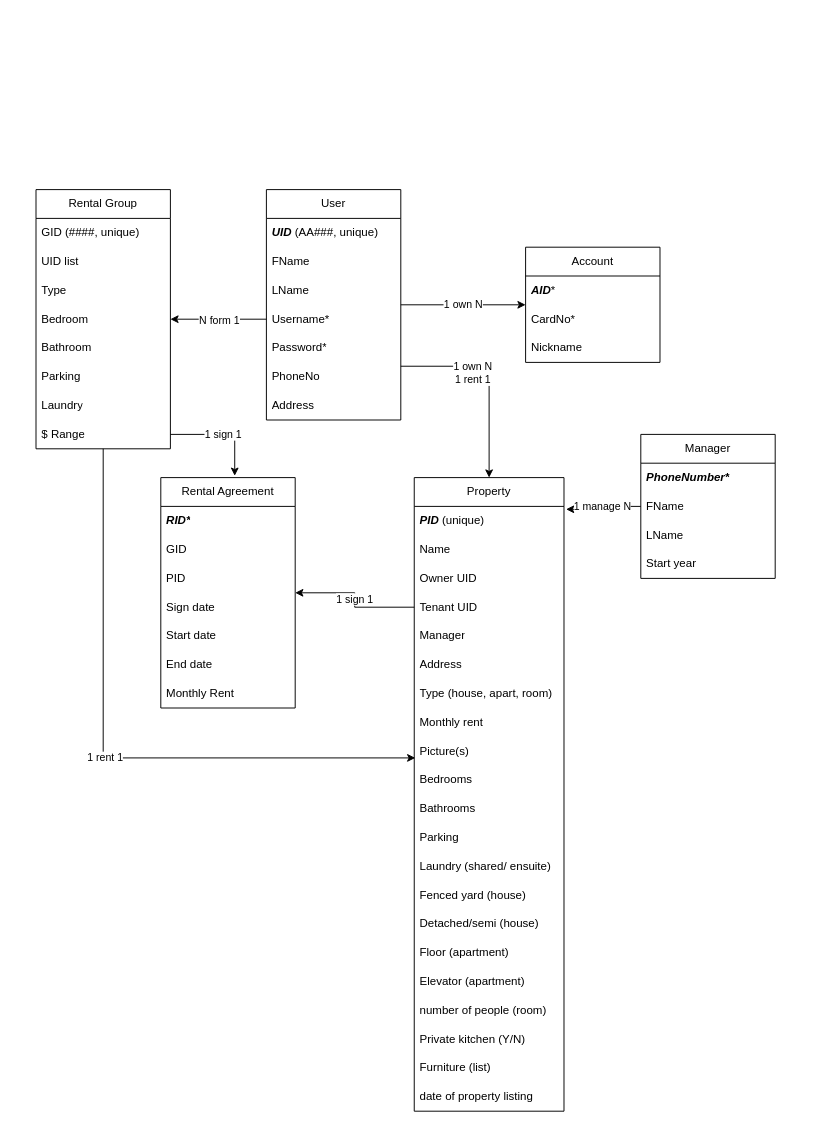
Earlier version of the draw.io diagram ER diagram.drawio (sean-y-liang/City-Housing-Platform). Source tidied: cells renumbered, new cells numbered last; positions are measured from the earlier drawing's top-left corner, leaving out a move shared by most shapes. Both pictures are drawn from the tidied source at 96%, with x=0, y=0 at pixel (36, 189).
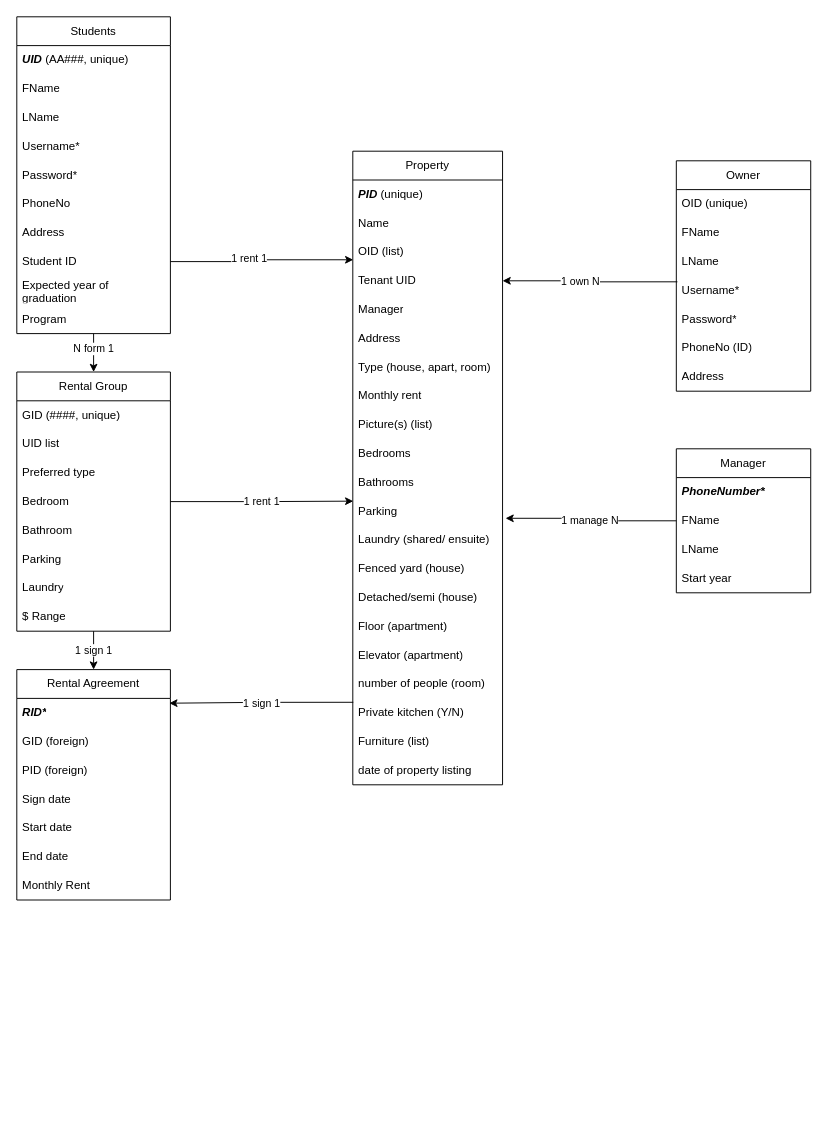
The same diagram, later.

Unchanged cells that the change refers to:
```xml
<mxCell id="18" value="&lt;b&gt;&lt;i&gt;PID&lt;/i&gt;&lt;/b&gt; (unique)" style="text;strokeColor=none;fillColor=none;align=left;verticalAlign=middle;spacingLeft=4;spacingRight=4;overflow=hidden;points=[[0,0.5],[1,0.5]];portConstraint=eastwest;whiteSpace=wrap;html=1;" parent="17" vertex="1">
  <mxGeometry y="30" width="156" height="30" as="geometry" />
</mxCell>
<mxCell id="21" value="Tenant UID" style="text;strokeColor=none;fillColor=none;align=left;verticalAlign=middle;spacingLeft=4;spacingRight=4;overflow=hidden;points=[[0,0.5],[1,0.5]];portConstraint=eastwest;whiteSpace=wrap;html=1;" parent="17" vertex="1">
  <mxGeometry y="120" width="156" height="30" as="geometry" />
</mxCell>
<mxCell id="29" value="Parking" style="text;strokeColor=none;fillColor=none;align=left;verticalAlign=middle;spacingLeft=4;spacingRight=4;overflow=hidden;points=[[0,0.5],[1,0.5]];portConstraint=eastwest;whiteSpace=wrap;html=1;" parent="17" vertex="1">
  <mxGeometry y="360" width="156" height="30" as="geometry" />
</mxCell>
<mxCell id="35" value="number of people (room)" style="text;strokeColor=none;fillColor=none;align=left;verticalAlign=middle;spacingLeft=4;spacingRight=4;overflow=hidden;points=[[0,0.5],[1,0.5]];portConstraint=eastwest;whiteSpace=wrap;html=1;" parent="17" vertex="1">
  <mxGeometry y="540" width="156" height="30" as="geometry" />
</mxCell>
<mxCell id="53" value="FName" style="text;strokeColor=none;fillColor=none;align=left;verticalAlign=middle;spacingLeft=4;spacingRight=4;overflow=hidden;points=[[0,0.5],[1,0.5]];portConstraint=eastwest;whiteSpace=wrap;html=1;" parent="51" vertex="1">
  <mxGeometry y="60" width="140" height="30" as="geometry" />
</mxCell>
```

Diff of the diagram source:
```diff
@@
-    <mxCell id="2" value="1 own N" style="edgeStyle=orthogonalEdgeStyle;rounded=0;jettySize=auto;html=1;entryX=0;entryY=0.5;entryDx=0;entryDy=0;" parent="1" edge="1" source="5" target="13">
-      <mxGeometry relative="1" as="geometry" />
-    </mxCell>
-    <mxCell id="3" style="edgeStyle=orthogonalEdgeStyle;rounded=0;jettySize=auto;html=1;entryX=0.5;entryY=0;entryDx=0;entryDy=0;exitX=1;exitY=0.133;exitDx=0;exitDy=0;exitPerimeter=0;" parent="1" edge="1" source="11" target="17">
+    <mxCell id="3" style="edgeStyle=orthogonalEdgeStyle;rounded=0;jettySize=auto;html=1;entryX=0.003;entryY=0.77;entryDx=0;entryDy=0;exitX=1;exitY=0.5;exitDx=0;exitDy=0;entryPerimeter=0;" parent="1" edge="1" source="68" target="20">
       <mxGeometry relative="1" as="geometry" />
     </mxCell>
-    <mxCell id="4" value="1 own N&lt;br&gt;1 rent 1" style="edgeLabel;html=1;align=center;verticalAlign=middle;" parent="3" vertex="1">
+    <mxCell id="4" value="1 rent 1" style="edgeLabel;html=1;align=center;verticalAlign=middle;" parent="3" vertex="1">
       <mxGeometry x="-0.28" y="1" relative="1" as="geometry">
-        <mxPoint x="-1" y="8" as="offset" />
+        <mxPoint x="12" y="-3" as="offset" />
       </mxGeometry>
     </mxCell>
+    <mxCell id="67" style="edgeStyle=orthogonalEdgeStyle;rounded=0;jettySize=auto;html=1;entryX=0.5;entryY=0;entryDx=0;entryDy=0;" parent="1" edge="1" source="5" target="39">
+      <mxGeometry relative="1" as="geometry" />
+    </mxCell>
+    <mxCell id="49" value="N form 1" style="edgeLabel;html=1;align=center;verticalAlign=middle;" parent="67" vertex="1">
+      <mxGeometry x="-0.24" y="-1" relative="1" as="geometry" />
+    </mxCell>
-    <mxCell id="5" value="User" style="swimlane;fontStyle=0;horizontal=1;startSize=30;whiteSpace=wrap;html=1;" parent="1" vertex="1">
-      <mxGeometry x="240" width="140" height="240" as="geometry" />
+    <mxCell id="5" value="Students" style="swimlane;fontStyle=0;horizontal=1;startSize=30;whiteSpace=wrap;html=1;" parent="1" vertex="1">
+      <mxGeometry x="-20" y="-180" width="160" height="330" as="geometry" />
     </mxCell>
     <mxCell id="6" value="&lt;i&gt;&lt;b&gt;UID&lt;/b&gt;&lt;/i&gt; (AA###, unique)" style="text;strokeColor=none;fillColor=none;align=left;verticalAlign=middle;spacingLeft=4;spacingRight=4;overflow=hidden;whiteSpace=wrap;html=1;" parent="5" vertex="1">
-      <mxGeometry y="30" width="140" height="30" as="geometry" />
+      <mxGeometry y="30" width="160" height="30" as="geometry" />
     </mxCell>
     <mxCell id="7" value="FName" style="text;strokeColor=none;fillColor=none;align=left;verticalAlign=middle;spacingLeft=4;spacingRight=4;overflow=hidden;whiteSpace=wrap;html=1;" parent="5" vertex="1">
-      <mxGeometry y="60" width="140" height="30" as="geometry" />
+      <mxGeometry y="60" width="160" height="30" as="geometry" />
     </mxCell>
     <mxCell id="8" value="LName" style="text;strokeColor=none;fillColor=none;align=left;verticalAlign=middle;spacingLeft=4;spacingRight=4;overflow=hidden;whiteSpace=wrap;html=1;" parent="5" vertex="1">
-      <mxGeometry y="90" width="140" height="30" as="geometry" />
+      <mxGeometry y="90" width="160" height="30" as="geometry" />
     </mxCell>
     <mxCell id="9" value="Username*" style="text;strokeColor=none;fillColor=none;align=left;verticalAlign=middle;spacingLeft=4;spacingRight=4;overflow=hidden;points=[[0,0.5],[1,0.5]];portConstraint=eastwest;whiteSpace=wrap;html=1;" parent="5" vertex="1">
-      <mxGeometry y="120" width="140" height="30" as="geometry" />
+      <mxGeometry y="120" width="160" height="30" as="geometry" />
     </mxCell>
     <mxCell id="10" value="Password*" style="text;strokeColor=none;fillColor=none;align=left;verticalAlign=middle;spacingLeft=4;spacingRight=4;overflow=hidden;whiteSpace=wrap;html=1;" parent="5" vertex="1">
-      <mxGeometry y="150" width="140" height="30" as="geometry" />
+      <mxGeometry y="150" width="160" height="30" as="geometry" />
     </mxCell>
     <mxCell id="11" value="&lt;div&gt;PhoneNo&lt;/div&gt;" style="text;strokeColor=none;fillColor=none;align=left;verticalAlign=middle;spacingLeft=4;spacingRight=4;overflow=hidden;points=[[0,0.5],[1,0.5]];portConstraint=eastwest;whiteSpace=wrap;html=1;" parent="5" vertex="1">
-      <mxGeometry y="180" width="140" height="30" as="geometry" />
+      <mxGeometry y="180" width="160" height="30" as="geometry" />
     </mxCell>
     <mxCell id="12" value="Address" style="text;strokeColor=none;fillColor=none;align=left;verticalAlign=middle;spacingLeft=4;spacingRight=4;overflow=hidden;whiteSpace=wrap;html=1;" parent="5" vertex="1">
-      <mxGeometry y="210" width="140" height="30" as="geometry" />
+      <mxGeometry y="210" width="160" height="30" as="geometry" />
     </mxCell>
-    <mxCell id="13" value="Account" style="swimlane;fontStyle=0;horizontal=1;startSize=30;whiteSpace=wrap;html=1;" parent="1" vertex="1">
-      <mxGeometry x="510" y="60" width="140" height="120" as="geometry" />
-    </mxCell>
-    <mxCell id="14" value="&lt;b&gt;&lt;i&gt;AID&lt;/i&gt;&lt;/b&gt;*" style="text;strokeColor=none;fillColor=none;align=left;verticalAlign=middle;spacingLeft=4;spacingRight=4;overflow=hidden;whiteSpace=wrap;html=1;" parent="13" vertex="1">
-      <mxGeometry y="30" width="140" height="30" as="geometry" />
-    </mxCell>
-    <mxCell id="15" value="CardNo*" style="text;strokeColor=none;fillColor=none;align=left;verticalAlign=middle;spacingLeft=4;spacingRight=4;overflow=hidden;whiteSpace=wrap;html=1;" parent="13" vertex="1">
-      <mxGeometry y="60" width="140" height="30" as="geometry" />
-    </mxCell>
-    <mxCell id="16" value="Nickname" style="text;strokeColor=none;fillColor=none;align=left;verticalAlign=middle;spacingLeft=4;spacingRight=4;overflow=hidden;whiteSpace=wrap;html=1;" parent="13" vertex="1">
-      <mxGeometry y="90" width="140" height="30" as="geometry" />
-    </mxCell>
+    <mxCell id="68" value="Student ID" style="text;strokeColor=none;fillColor=none;align=left;verticalAlign=middle;spacingLeft=4;spacingRight=4;overflow=hidden;points=[[0,0.5],[1,0.5]];portConstraint=eastwest;whiteSpace=wrap;html=1;" parent="5" vertex="1">
+      <mxGeometry y="240" width="160" height="30" as="geometry" />
+    </mxCell>
+    <mxCell id="69" value="Expected year of graduation" style="text;strokeColor=none;fillColor=none;align=left;verticalAlign=middle;spacingLeft=4;spacingRight=4;overflow=hidden;whiteSpace=wrap;html=1;" parent="5" vertex="1">
+      <mxGeometry y="270" width="160" height="30" as="geometry" />
+    </mxCell>
+    <mxCell id="70" value="Program" style="text;strokeColor=none;fillColor=none;align=left;verticalAlign=middle;spacingLeft=4;spacingRight=4;overflow=hidden;whiteSpace=wrap;html=1;" parent="5" vertex="1">
+      <mxGeometry y="300" width="160" height="30" as="geometry" />
+    </mxCell>
     <mxCell id="17" value="Property" style="swimlane;fontStyle=0;horizontal=1;startSize=30;whiteSpace=wrap;html=1;" parent="1" vertex="1">
-      <mxGeometry x="394" y="300" width="156" height="660" as="geometry" />
+      <mxGeometry x="330" y="-40" width="156" height="660" as="geometry" />
     </mxCell>
@@
-    <mxCell id="20" value="Owner UID" style="text;strokeColor=none;fillColor=none;align=left;verticalAlign=middle;spacingLeft=4;spacingRight=4;overflow=hidden;points=[[0,0.5],[1,0.5]];portConstraint=eastwest;whiteSpace=wrap;html=1;" parent="17" vertex="1">
+    <mxCell id="20" value="OID (list)" style="text;strokeColor=none;fillColor=none;align=left;verticalAlign=middle;spacingLeft=4;spacingRight=4;overflow=hidden;points=[[0,0.5],[1,0.5]];portConstraint=eastwest;whiteSpace=wrap;html=1;" parent="17" vertex="1">
       <mxGeometry y="90" width="156" height="30" as="geometry" />
     </mxCell>
@@
-    <mxCell id="26" value="Picture(s)" style="text;strokeColor=none;fillColor=none;align=left;verticalAlign=middle;spacingLeft=4;spacingRight=4;overflow=hidden;points=[[0,0.5],[1,0.5]];portConstraint=eastwest;whiteSpace=wrap;html=1;" parent="17" vertex="1">
+    <mxCell id="26" value="Picture(s) (list)" style="text;strokeColor=none;fillColor=none;align=left;verticalAlign=middle;spacingLeft=4;spacingRight=4;overflow=hidden;points=[[0,0.5],[1,0.5]];portConstraint=eastwest;whiteSpace=wrap;html=1;" parent="17" vertex="1">
       <mxGeometry y="270" width="156" height="30" as="geometry" />
     </mxCell>
@@
     <mxCell id="39" value="Rental Group" style="swimlane;fontStyle=0;horizontal=1;startSize=30;whiteSpace=wrap;html=1;" parent="1" vertex="1">
-      <mxGeometry width="140" height="270" as="geometry" />
+      <mxGeometry x="-20" y="190" width="160" height="270" as="geometry" />
     </mxCell>
     <mxCell id="40" value="GID (####, unique)" style="text;strokeColor=none;fillColor=none;align=left;verticalAlign=middle;spacingLeft=4;spacingRight=4;overflow=hidden;whiteSpace=wrap;html=1;" parent="39" vertex="1">
-      <mxGeometry y="30" width="140" height="30" as="geometry" />
+      <mxGeometry y="30" width="160" height="30" as="geometry" />
     </mxCell>
     <mxCell id="41" value="UID list" style="text;strokeColor=none;fillColor=none;align=left;verticalAlign=middle;spacingLeft=4;spacingRight=4;overflow=hidden;whiteSpace=wrap;html=1;" parent="39" vertex="1">
-      <mxGeometry y="60" width="140" height="30" as="geometry" />
+      <mxGeometry y="60" width="160" height="30" as="geometry" />
     </mxCell>
-    <mxCell id="42" value="Type" style="text;strokeColor=none;fillColor=none;align=left;verticalAlign=middle;spacingLeft=4;spacingRight=4;overflow=hidden;whiteSpace=wrap;html=1;" parent="39" vertex="1">
-      <mxGeometry y="90" width="140" height="30" as="geometry" />
+    <mxCell id="42" value="Preferred type" style="text;strokeColor=none;fillColor=none;align=left;verticalAlign=middle;spacingLeft=4;spacingRight=4;overflow=hidden;whiteSpace=wrap;html=1;" parent="39" vertex="1">
+      <mxGeometry y="90" width="160" height="30" as="geometry" />
     </mxCell>
     <mxCell id="43" value="Bedroom" style="text;strokeColor=none;fillColor=none;align=left;verticalAlign=middle;spacingLeft=4;spacingRight=4;overflow=hidden;points=[[0,0.5],[1,0.5]];portConstraint=eastwest;whiteSpace=wrap;html=1;" parent="39" vertex="1">
-      <mxGeometry y="120" width="140" height="30" as="geometry" />
+      <mxGeometry y="120" width="160" height="30" as="geometry" />
     </mxCell>
     <mxCell id="44" value="Bathroom" style="text;strokeColor=none;fillColor=none;align=left;verticalAlign=middle;spacingLeft=4;spacingRight=4;overflow=hidden;whiteSpace=wrap;html=1;" parent="39" vertex="1">
-      <mxGeometry y="150" width="140" height="30" as="geometry" />
+      <mxGeometry y="150" width="160" height="30" as="geometry" />
     </mxCell>
     <mxCell id="45" value="Parking" style="text;strokeColor=none;fillColor=none;align=left;verticalAlign=middle;spacingLeft=4;spacingRight=4;overflow=hidden;whiteSpace=wrap;html=1;" parent="39" vertex="1">
-      <mxGeometry y="180" width="140" height="30" as="geometry" />
+      <mxGeometry y="180" width="160" height="30" as="geometry" />
     </mxCell>
     <mxCell id="46" value="Laundry" style="text;strokeColor=none;fillColor=none;align=left;verticalAlign=middle;spacingLeft=4;spacingRight=4;overflow=hidden;whiteSpace=wrap;html=1;" parent="39" vertex="1">
-      <mxGeometry y="210" width="140" height="30" as="geometry" />
+      <mxGeometry y="210" width="160" height="30" as="geometry" />
     </mxCell>
     <mxCell id="47" value="$ Range" style="text;strokeColor=none;fillColor=none;align=left;verticalAlign=middle;spacingLeft=4;spacingRight=4;overflow=hidden;points=[[0,0.5],[1,0.5]];portConstraint=eastwest;whiteSpace=wrap;html=1;" parent="39" vertex="1">
-      <mxGeometry y="240" width="140" height="30" as="geometry" />
+      <mxGeometry y="240" width="160" height="30" as="geometry" />
     </mxCell>
-    <mxCell id="48" style="edgeStyle=orthogonalEdgeStyle;rounded=0;jettySize=auto;html=1;entryX=1;entryY=0.5;entryDx=0;entryDy=0;" parent="1" edge="1" source="9" target="43">
-      <mxGeometry relative="1" as="geometry" />
-    </mxCell>
-    <mxCell id="49" value="N form 1" style="edgeLabel;html=1;align=center;verticalAlign=middle;" parent="48" vertex="1">
-      <mxGeometry x="-0.31" y="1" relative="1" as="geometry">
-        <mxPoint x="-15" y="-1" as="offset" />
-      </mxGeometry>
-    </mxCell>
-    <mxCell id="50" value="1 rent 1" style="edgeStyle=orthogonalEdgeStyle;rounded=0;jettySize=auto;html=1;entryX=0.007;entryY=0.733;entryDx=0;entryDy=0;entryPerimeter=0;" parent="1" edge="1" source="39" target="26">
+    <mxCell id="50" value="1 rent 1" style="edgeStyle=orthogonalEdgeStyle;rounded=0;jettySize=auto;html=1;entryX=0.003;entryY=0.151;entryDx=0;entryDy=0;entryPerimeter=0;" parent="1" edge="1" source="39" target="29">
       <mxGeometry relative="1" as="geometry" />
     </mxCell>
     <mxCell id="51" value="Manager" style="swimlane;fontStyle=0;horizontal=1;startSize=30;whiteSpace=wrap;html=1;" parent="1" vertex="1">
-      <mxGeometry x="630" y="255" width="140" height="150" as="geometry" />
+      <mxGeometry x="667" y="270" width="140" height="150" as="geometry" />
     </mxCell>
@@
-    <mxCell id="56" value="&lt;div&gt;1 manage N&lt;/div&gt;" style="edgeStyle=orthogonalEdgeStyle;rounded=0;jettySize=auto;html=1;entryX=1.014;entryY=0.1;entryDx=0;entryDy=0;entryPerimeter=0;" parent="1" edge="1" source="51" target="18">
+    <mxCell id="56" value="&lt;div&gt;1 manage N&lt;/div&gt;" style="edgeStyle=orthogonalEdgeStyle;rounded=0;jettySize=auto;html=1;entryX=1.02;entryY=0.746;entryDx=0;entryDy=0;exitX=0;exitY=0.5;exitDx=0;exitDy=0;entryPerimeter=0;" parent="1" edge="1" source="53" target="29">
       <mxGeometry relative="1" as="geometry" />
     </mxCell>
     <mxCell id="57" value="Rental Agreement" style="swimlane;fontStyle=0;horizontal=1;startSize=30;whiteSpace=wrap;html=1;" parent="1" vertex="1">
-      <mxGeometry x="130" y="300" width="140" height="240" as="geometry" />
+      <mxGeometry x="-20" y="500" width="160" height="240" as="geometry" />
     </mxCell>
     <mxCell id="58" value="&lt;b&gt;&lt;i&gt;RID*&lt;/i&gt;&lt;/b&gt;" style="text;strokeColor=none;fillColor=none;align=left;verticalAlign=middle;spacingLeft=4;spacingRight=4;overflow=hidden;points=[[0,0.5],[1,0.5]];portConstraint=eastwest;whiteSpace=wrap;html=1;" parent="57" vertex="1">
-      <mxGeometry y="30" width="140" height="30" as="geometry" />
+      <mxGeometry y="30" width="160" height="30" as="geometry" />
     </mxCell>
-    <mxCell id="59" value="GID" style="text;strokeColor=none;fillColor=none;align=left;verticalAlign=middle;spacingLeft=4;spacingRight=4;overflow=hidden;whiteSpace=wrap;html=1;" parent="57" vertex="1">
-      <mxGeometry y="60" width="140" height="30" as="geometry" />
+    <mxCell id="59" value="GID (foreign)" style="text;strokeColor=none;fillColor=none;align=left;verticalAlign=middle;spacingLeft=4;spacingRight=4;overflow=hidden;whiteSpace=wrap;html=1;" parent="57" vertex="1">
+      <mxGeometry y="60" width="160" height="30" as="geometry" />
     </mxCell>
-    <mxCell id="60" value="PID" style="text;strokeColor=none;fillColor=none;align=left;verticalAlign=middle;spacingLeft=4;spacingRight=4;overflow=hidden;whiteSpace=wrap;html=1;" parent="57" vertex="1">
-      <mxGeometry y="90" width="140" height="30" as="geometry" />
+    <mxCell id="60" value="&lt;div&gt;PID (foreign)&lt;/div&gt;" style="text;strokeColor=none;fillColor=none;align=left;verticalAlign=middle;spacingLeft=4;spacingRight=4;overflow=hidden;whiteSpace=wrap;html=1;" parent="57" vertex="1">
+      <mxGeometry y="90" width="160" height="30" as="geometry" />
     </mxCell>
     <mxCell id="61" value="Sign date" style="text;strokeColor=none;fillColor=none;align=left;verticalAlign=middle;spacingLeft=4;spacingRight=4;overflow=hidden;whiteSpace=wrap;html=1;" parent="57" vertex="1">
-      <mxGeometry y="120" width="140" height="30" as="geometry" />
+      <mxGeometry y="120" width="160" height="30" as="geometry" />
     </mxCell>
     <mxCell id="62" value="Start date" style="text;strokeColor=none;fillColor=none;align=left;verticalAlign=middle;spacingLeft=4;spacingRight=4;overflow=hidden;whiteSpace=wrap;html=1;" parent="57" vertex="1">
-      <mxGeometry y="150" width="140" height="30" as="geometry" />
+      <mxGeometry y="150" width="160" height="30" as="geometry" />
     </mxCell>
     <mxCell id="63" value="End date" style="text;strokeColor=none;fillColor=none;align=left;verticalAlign=middle;spacingLeft=4;spacingRight=4;overflow=hidden;whiteSpace=wrap;html=1;" parent="57" vertex="1">
-      <mxGeometry y="180" width="140" height="30" as="geometry" />
+      <mxGeometry y="180" width="160" height="30" as="geometry" />
     </mxCell>
     <mxCell id="64" value="Monthly Rent" style="text;strokeColor=none;fillColor=none;align=left;verticalAlign=middle;spacingLeft=4;spacingRight=4;overflow=hidden;whiteSpace=wrap;html=1;" parent="57" vertex="1">
-      <mxGeometry y="210" width="140" height="30" as="geometry" />
+      <mxGeometry y="210" width="160" height="30" as="geometry" />
     </mxCell>
-    <mxCell id="65" value="1 sign 1" style="edgeStyle=orthogonalEdgeStyle;rounded=0;jettySize=auto;html=1;entryX=0.55;entryY=-0.008;entryDx=0;entryDy=0;entryPerimeter=0;" parent="1" edge="1" source="47" target="57">
+    <mxCell id="65" value="1 sign 1" style="edgeStyle=orthogonalEdgeStyle;rounded=0;jettySize=auto;html=1;entryX=0.5;entryY=0;entryDx=0;entryDy=0;exitX=0.5;exitY=1;exitDx=0;exitDy=0;" parent="1" edge="1" source="39" target="57">
       <mxGeometry relative="1" as="geometry" />
     </mxCell>
-    <mxCell id="66" value="1 sign 1" style="edgeStyle=orthogonalEdgeStyle;rounded=0;jettySize=auto;html=1;entryX=1;entryY=0.5;entryDx=0;entryDy=0;" parent="1" edge="1" source="21" target="57">
+    <mxCell id="66" value="1 sign 1" style="edgeStyle=orthogonalEdgeStyle;rounded=0;jettySize=auto;html=1;entryX=0.993;entryY=0.167;entryDx=0;entryDy=0;exitX=0.003;exitY=1.135;exitDx=0;exitDy=0;exitPerimeter=0;entryPerimeter=0;" parent="1" edge="1" source="35" target="58">
       <mxGeometry relative="1" as="geometry" />
     </mxCell>
+    <mxCell id="71" style="edgeStyle=orthogonalEdgeStyle;rounded=0;jettySize=auto;html=1;entryX=1;entryY=0.5;entryDx=0;entryDy=0;exitX=0.008;exitY=0.202;exitDx=0;exitDy=0;exitPerimeter=0;" parent="1" edge="1" source="76" target="21">
+      <mxGeometry relative="1" as="geometry" />
+    </mxCell>
+    <mxCell id="2" value="1 own N" style="edgeLabel;html=1;align=center;verticalAlign=middle;" parent="71" vertex="1">
+      <mxGeometry x="0.35" y="-3" relative="1" as="geometry">
+        <mxPoint x="21" y="3" as="offset" />
+      </mxGeometry>
+    </mxCell>
+    <mxCell id="72" value="Owner" style="swimlane;fontStyle=0;horizontal=1;startSize=30;whiteSpace=wrap;html=1;" parent="1" vertex="1">
+      <mxGeometry x="667" y="-30" width="140" height="240" as="geometry" />
+    </mxCell>
+    <mxCell id="73" value="OID (unique)" style="text;strokeColor=none;fillColor=none;align=left;verticalAlign=middle;spacingLeft=4;spacingRight=4;overflow=hidden;whiteSpace=wrap;html=1;" parent="72" vertex="1">
+      <mxGeometry y="30" width="140" height="30" as="geometry" />
+    </mxCell>
+    <mxCell id="74" value="FName" style="text;strokeColor=none;fillColor=none;align=left;verticalAlign=middle;spacingLeft=4;spacingRight=4;overflow=hidden;whiteSpace=wrap;html=1;" parent="72" vertex="1">
+      <mxGeometry y="60" width="140" height="30" as="geometry" />
+    </mxCell>
+    <mxCell id="75" value="LName" style="text;strokeColor=none;fillColor=none;align=left;verticalAlign=middle;spacingLeft=4;spacingRight=4;overflow=hidden;whiteSpace=wrap;html=1;" parent="72" vertex="1">
+      <mxGeometry y="90" width="140" height="30" as="geometry" />
+    </mxCell>
+    <mxCell id="76" value="Username*" style="text;strokeColor=none;fillColor=none;align=left;verticalAlign=middle;spacingLeft=4;spacingRight=4;overflow=hidden;points=[[0,0.5],[1,0.5]];portConstraint=eastwest;whiteSpace=wrap;html=1;" parent="72" vertex="1">
+      <mxGeometry y="120" width="140" height="30" as="geometry" />
+    </mxCell>
+    <mxCell id="77" value="Password*" style="text;strokeColor=none;fillColor=none;align=left;verticalAlign=middle;spacingLeft=4;spacingRight=4;overflow=hidden;whiteSpace=wrap;html=1;" parent="72" vertex="1">
+      <mxGeometry y="150" width="140" height="30" as="geometry" />
+    </mxCell>
+    <mxCell id="78" value="&lt;div&gt;PhoneNo (ID)&lt;br&gt;&lt;/div&gt;" style="text;strokeColor=none;fillColor=none;align=left;verticalAlign=middle;spacingLeft=4;spacingRight=4;overflow=hidden;whiteSpace=wrap;html=1;" parent="72" vertex="1">
+      <mxGeometry y="180" width="140" height="30" as="geometry" />
+    </mxCell>
+    <mxCell id="79" value="Address" style="text;strokeColor=none;fillColor=none;align=left;verticalAlign=middle;spacingLeft=4;spacingRight=4;overflow=hidden;whiteSpace=wrap;html=1;" parent="72" vertex="1">
+      <mxGeometry y="210" width="140" height="30" as="geometry" />
+    </mxCell>
```
